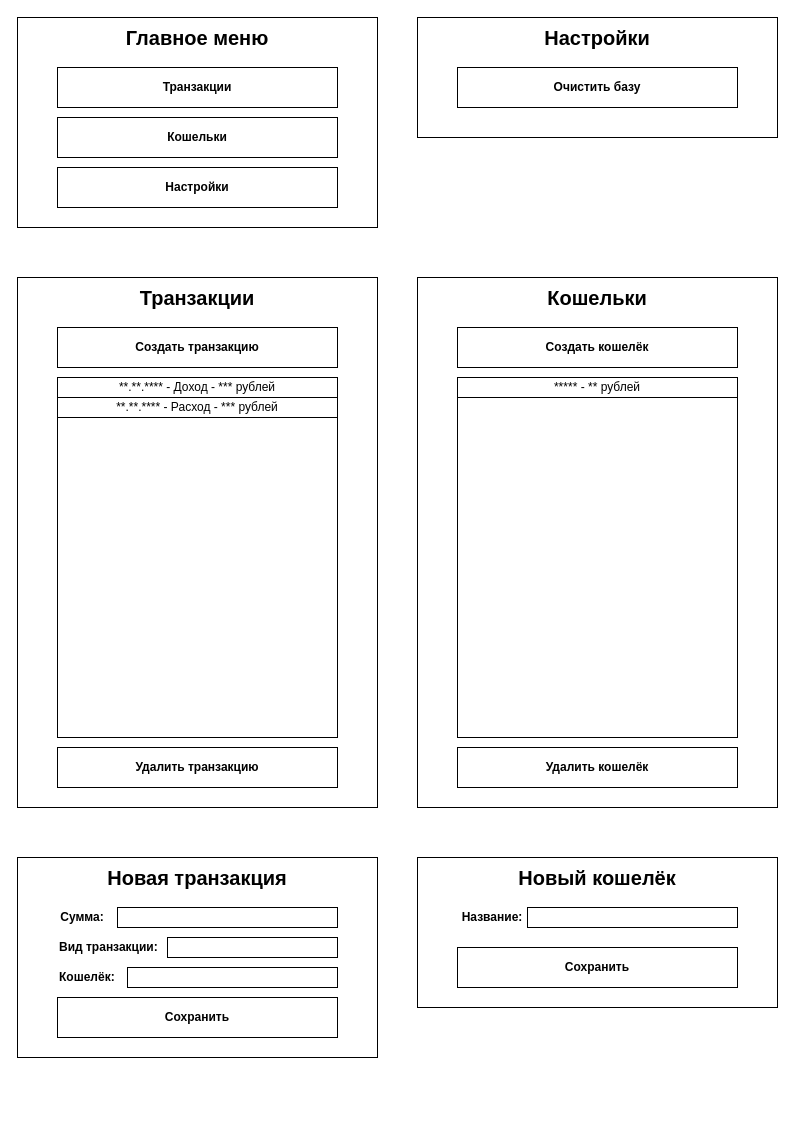
Earlier version of the draw.io diagram Other/Design.drawio (SalavatovNabiulla/MyMoney). Source tidied: cells renumbered, new cells numbered last; positions are measured from the earlier drawing's top-left corner, leaving out a move shared by most shapes. Both pictures are drawn from the tidied source at 100%, with x=0, y=0 at pixel (17, 17).
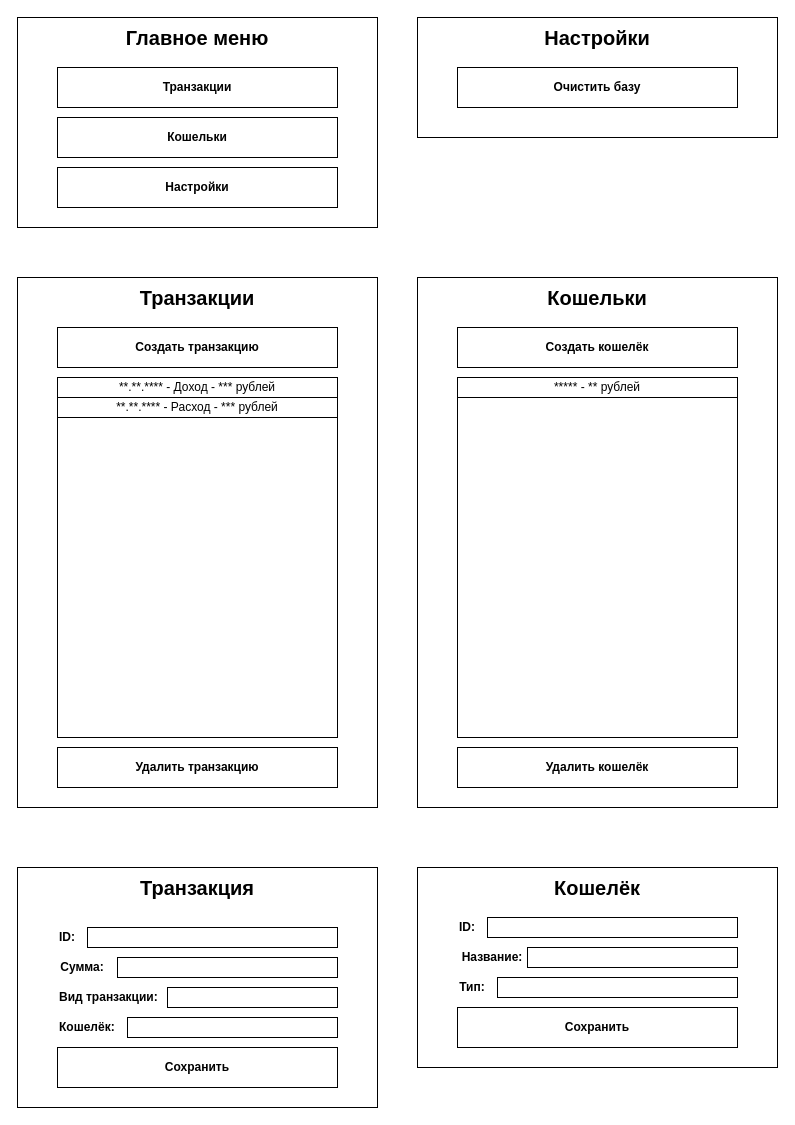
The same diagram, later.

Change to the diagram source:
```diff
@@
     <mxCell id="19" style="rounded=0;whiteSpace=wrap;html=1;" parent="1" vertex="1">
-      <mxGeometry y="840" width="360" height="200" as="geometry" />
+      <mxGeometry y="850" width="360" height="240" as="geometry" />
     </mxCell>
-    <mxCell id="20" value="Новая транзакция" style="text;html=1;strokeColor=none;fillColor=none;align=center;verticalAlign=middle;whiteSpace=wrap;rounded=0;fontStyle=1;fontSize=20;" parent="1" vertex="1">
-      <mxGeometry y="840" width="360" height="40" as="geometry" />
+    <mxCell id="20" value="Транзакция" style="text;html=1;strokeColor=none;fillColor=none;align=center;verticalAlign=middle;whiteSpace=wrap;rounded=0;fontStyle=1;fontSize=20;" parent="1" vertex="1">
+      <mxGeometry y="850" width="360" height="40" as="geometry" />
     </mxCell>
     <mxCell id="21" value="Сохранить" style="rounded=0;whiteSpace=wrap;html=1;fontStyle=1;" parent="1" vertex="1">
-      <mxGeometry x="40" y="980" width="280" height="40" as="geometry" />
+      <mxGeometry x="40" y="1030" width="280" height="40" as="geometry" />
     </mxCell>
     <mxCell id="22" value="Сумма:" style="text;html=1;strokeColor=none;fillColor=none;align=center;verticalAlign=middle;whiteSpace=wrap;rounded=0;fontStyle=1;" parent="1" vertex="1">
-      <mxGeometry x="40" y="890" width="50" height="20" as="geometry" />
+      <mxGeometry x="40" y="940" width="50" height="20" as="geometry" />
     </mxCell>
     <mxCell id="23" style="rounded=0;whiteSpace=wrap;html=1;" parent="1" vertex="1">
-      <mxGeometry x="100" y="890" width="220" height="20" as="geometry" />
+      <mxGeometry x="100" y="940" width="220" height="20" as="geometry" />
     </mxCell>
     <mxCell id="24" value="Вид транзакции:" style="text;html=1;strokeColor=none;fillColor=none;align=left;verticalAlign=middle;whiteSpace=wrap;rounded=0;fontStyle=1;" parent="1" vertex="1">
-      <mxGeometry x="40" y="920" width="110" height="20" as="geometry" />
+      <mxGeometry x="40" y="970" width="110" height="20" as="geometry" />
     </mxCell>
     <mxCell id="25" style="rounded=0;whiteSpace=wrap;html=1;" parent="1" vertex="1">
-      <mxGeometry x="150" y="920" width="170" height="20" as="geometry" />
+      <mxGeometry x="150" y="970" width="170" height="20" as="geometry" />
     </mxCell>
     <mxCell id="26" value="Кошелёк:" style="text;html=1;strokeColor=none;fillColor=none;align=left;verticalAlign=middle;whiteSpace=wrap;rounded=0;fontStyle=1;" parent="1" vertex="1">
-      <mxGeometry x="40" y="950" width="60" height="20" as="geometry" />
+      <mxGeometry x="40" y="1000" width="60" height="20" as="geometry" />
     </mxCell>
     <mxCell id="27" style="rounded=0;whiteSpace=wrap;html=1;" parent="1" vertex="1">
-      <mxGeometry x="110" y="950" width="210" height="20" as="geometry" />
+      <mxGeometry x="110" y="1000" width="210" height="20" as="geometry" />
     </mxCell>
     <mxCell id="28" style="rounded=0;whiteSpace=wrap;html=1;" parent="1" vertex="1">
-      <mxGeometry x="400" y="840" width="360" height="150" as="geometry" />
+      <mxGeometry x="400" y="850" width="360" height="200" as="geometry" />
     </mxCell>
-    <mxCell id="29" value="Новый кошелёк" style="text;html=1;strokeColor=none;fillColor=none;align=center;verticalAlign=middle;whiteSpace=wrap;rounded=0;fontStyle=1;fontSize=20;" parent="1" vertex="1">
-      <mxGeometry x="400" y="840" width="360" height="40" as="geometry" />
+    <mxCell id="29" value="Кошелёк" style="text;html=1;strokeColor=none;fillColor=none;align=center;verticalAlign=middle;whiteSpace=wrap;rounded=0;fontStyle=1;fontSize=20;" parent="1" vertex="1">
+      <mxGeometry x="400" y="850" width="360" height="40" as="geometry" />
     </mxCell>
     <mxCell id="30" value="Сохранить" style="rounded=0;whiteSpace=wrap;html=1;fontStyle=1;" parent="1" vertex="1">
-      <mxGeometry x="440" y="930" width="280" height="40" as="geometry" />
+      <mxGeometry x="440" y="990" width="280" height="40" as="geometry" />
     </mxCell>
     <mxCell id="31" value="Название:" style="text;html=1;strokeColor=none;fillColor=none;align=center;verticalAlign=middle;whiteSpace=wrap;rounded=0;fontStyle=1;" parent="1" vertex="1">
-      <mxGeometry x="440" y="890" width="70" height="20" as="geometry" />
+      <mxGeometry x="440" y="930" width="70" height="20" as="geometry" />
     </mxCell>
     <mxCell id="32" style="rounded=0;whiteSpace=wrap;html=1;" parent="1" vertex="1">
-      <mxGeometry x="510" y="890" width="210" height="20" as="geometry" />
+      <mxGeometry x="510" y="930" width="210" height="20" as="geometry" />
     </mxCell>
@@
+    <mxCell id="37" value="ID:" style="text;html=1;strokeColor=none;fillColor=none;align=center;verticalAlign=middle;whiteSpace=wrap;rounded=0;fontStyle=1;" parent="1" vertex="1">
+      <mxGeometry x="40" y="910" width="20" height="20" as="geometry" />
+    </mxCell>
+    <mxCell id="38" style="rounded=0;whiteSpace=wrap;html=1;" parent="1" vertex="1">
+      <mxGeometry x="70" y="910" width="250" height="20" as="geometry" />
+    </mxCell>
+    <mxCell id="39" value="ID:" style="text;html=1;strokeColor=none;fillColor=none;align=left;verticalAlign=middle;whiteSpace=wrap;rounded=0;fontStyle=1;" parent="1" vertex="1">
+      <mxGeometry x="440" y="900" width="20" height="20" as="geometry" />
+    </mxCell>
+    <mxCell id="40" style="rounded=0;whiteSpace=wrap;html=1;" parent="1" vertex="1">
+      <mxGeometry x="470" y="900" width="250" height="20" as="geometry" />
+    </mxCell>
+    <mxCell id="41" value="Тип:" style="text;html=1;strokeColor=none;fillColor=none;align=center;verticalAlign=middle;whiteSpace=wrap;rounded=0;fontStyle=1;" parent="1" vertex="1">
+      <mxGeometry x="440" y="960" width="30" height="20" as="geometry" />
+    </mxCell>
+    <mxCell id="42" style="rounded=0;whiteSpace=wrap;html=1;" parent="1" vertex="1">
+      <mxGeometry x="480" y="960" width="240" height="20" as="geometry" />
+    </mxCell>
```
